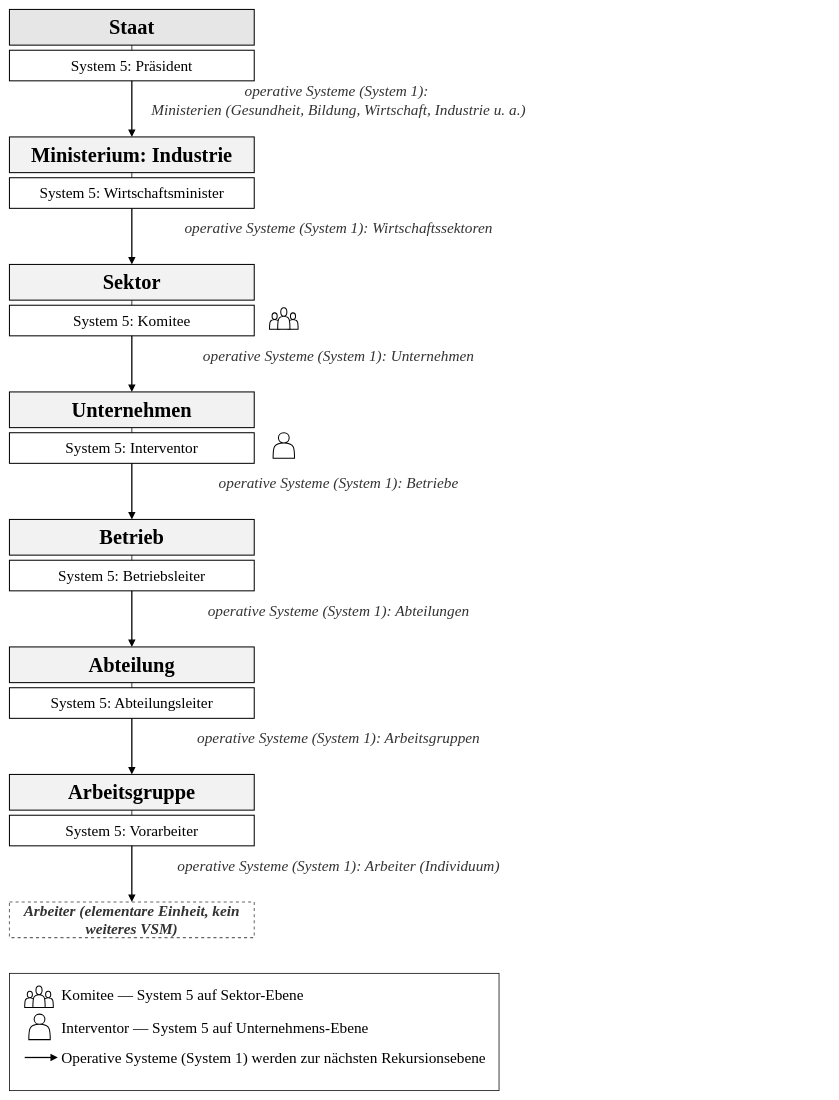
Above: abbildungen/VSM-Rekursion-Beer.drawio in LevinTheDoctor/fom-typst-template (draw.io), before the change. Source tidied: cells renumbered, new cells numbered last; positions are measured from the earlier drawing's top-left corner, leaving out a move shared by most shapes. Both pictures are drawn from the tidied source at 51%, with x=0, y=0 at pixel (9, 9). Pictures stored in the file or linked from it are replaced by grey dashed boxes.
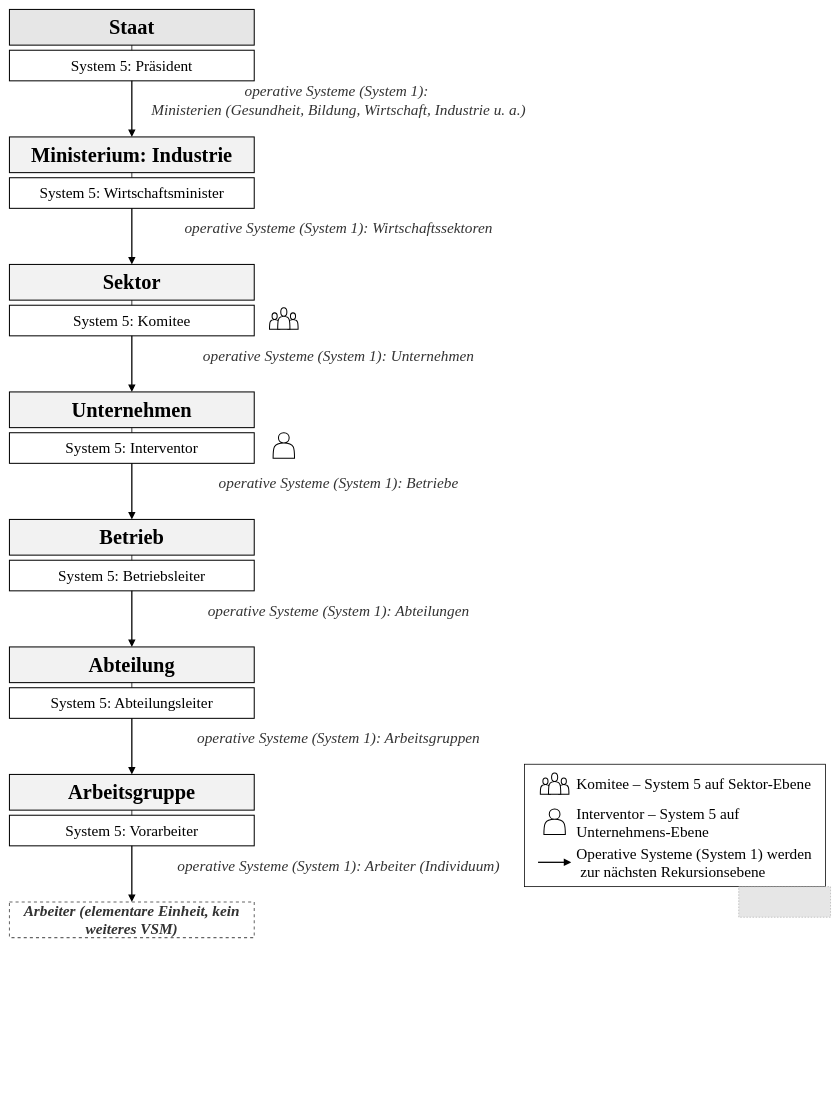
The same page after the edit.

Diff of the diagram source:
```diff
@@
     <mxCell id="43" style="rounded=0;html=1;fillColor=none;strokeColor=#000000;strokeWidth=1.5;fontSize=30;" parent="1" vertex="1">
-      <mxGeometry y="1890" width="960" height="230" as="geometry" />
+      <mxGeometry x="1010" y="1480" width="590" height="240" as="geometry" />
     </mxCell>
     <mxCell id="44" style="group;fillColor=none;strokeColor=none;fontSize=30;" parent="1" vertex="1">
-      <mxGeometry x="30" y="1915" width="56" height="42" as="geometry" />
+      <mxGeometry x="1041" y="1497" width="56" height="42" as="geometry" />
     </mxCell>
@@
-    <mxCell id="48" value="Komitee — System 5 auf Sektor-Ebene" style="text;html=1;align=left;verticalAlign=middle;fontFamily=Times New Roman;fontSize=30;fontColor=#000000;" parent="1" vertex="1">
-      <mxGeometry x="100" y="1910" width="500" height="42" as="geometry" />
+    <mxCell id="48" value="Komitee – System 5 auf Sektor-Ebene" style="text;html=1;align=left;verticalAlign=middle;fontFamily=Times New Roman;fontSize=30;fontColor=#000000;" parent="1" vertex="1">
+      <mxGeometry x="1110" y="1497" width="500" height="42" as="geometry" />
     </mxCell>
     <mxCell id="49" style="shape=actor;whiteSpace=wrap;html=1;fillColor=#FFFFFF;strokeColor=#000000;strokeWidth=2;fontSize=30;" parent="1" vertex="1">
-      <mxGeometry x="38" y="1970" width="42" height="50" as="geometry" />
+      <mxGeometry x="1048" y="1568" width="42" height="50" as="geometry" />
     </mxCell>
-    <mxCell id="50" value="Interventor — System 5 auf Unternehmens-Ebene" style="text;html=1;align=left;verticalAlign=middle;fontFamily=Times New Roman;fontSize=30;fontColor=#000000;" parent="1" vertex="1">
-      <mxGeometry x="100" y="1975" width="500" height="42" as="geometry" />
+    <mxCell id="50" value="Interventor – System 5 auf&amp;nbsp;&lt;div&gt;Unternehmens-Ebene&lt;/div&gt;" style="text;html=1;align=left;verticalAlign=middle;fontFamily=Times New Roman;fontSize=30;fontColor=#000000;" parent="1" vertex="1">
+      <mxGeometry x="1110" y="1573" width="500" height="42" as="geometry" />
     </mxCell>
     <mxCell id="51" style="html=1;strokeColor=#000000;strokeWidth=2.5;endArrow=block;endFill=1;endSize=8;dashed=0;fontSize=30;" parent="1" edge="1">
       <mxGeometry relative="1" as="geometry">
-        <mxPoint x="30" y="2055" as="sourcePoint" />
-        <mxPoint x="95" y="2055" as="targetPoint" />
+        <mxPoint x="1036.5" y="1672.3" as="sourcePoint" />
+        <mxPoint x="1101.5" y="1672.3" as="targetPoint" />
       </mxGeometry>
     </mxCell>
-    <mxCell id="52" value="Operative Systeme (System 1) werden zur nächsten Rekursionsebene&amp;nbsp;" style="text;html=1;align=left;verticalAlign=middle;fontFamily=Times New Roman;fontSize=30;fontColor=#000000;" parent="1" vertex="1">
-      <mxGeometry x="100" y="2032" width="420" height="46" as="geometry" />
+    <mxCell id="52" value="Operative Systeme (System 1) werden&lt;div&gt;&amp;nbsp;zur nächsten Rekursionsebene&amp;nbsp;&lt;/div&gt;" style="text;html=1;align=left;verticalAlign=middle;fontFamily=Times New Roman;fontSize=30;fontColor=#000000;" parent="1" vertex="1">
+      <mxGeometry x="1110" y="1650" width="420" height="46" as="geometry" />
     </mxCell>
+    <mxCell id="53" style="fillColor=#E6E6E6;strokeColor=#999999;dashed=1;verticalLabelPosition=bottom;labelBackgroundColor=default;verticalAlign=top;" parent="1" vertex="1">
+      <mxGeometry x="1430" y="1720" width="180" height="60" as="geometry" />
+    </mxCell>
```
